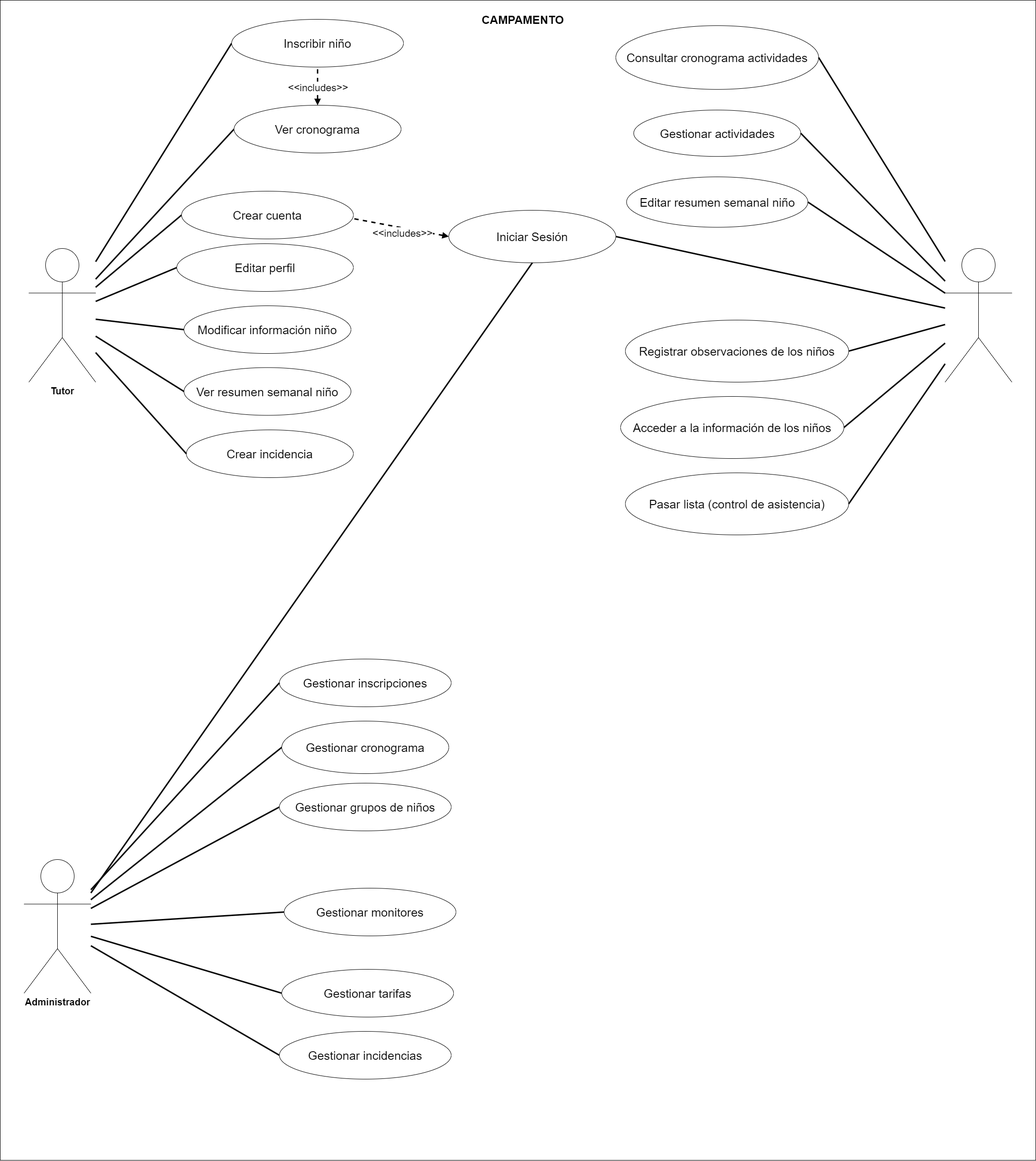
Before: docs/diagramaCasosUso.png, a diagram exported from draw.io (manuelgomeznavarro/CampamentoPirata). Source tidied: cells renumbered, new cells last; positions are measured from the earlier drawing's top-left corner, leaving out a move shared by most shapes.
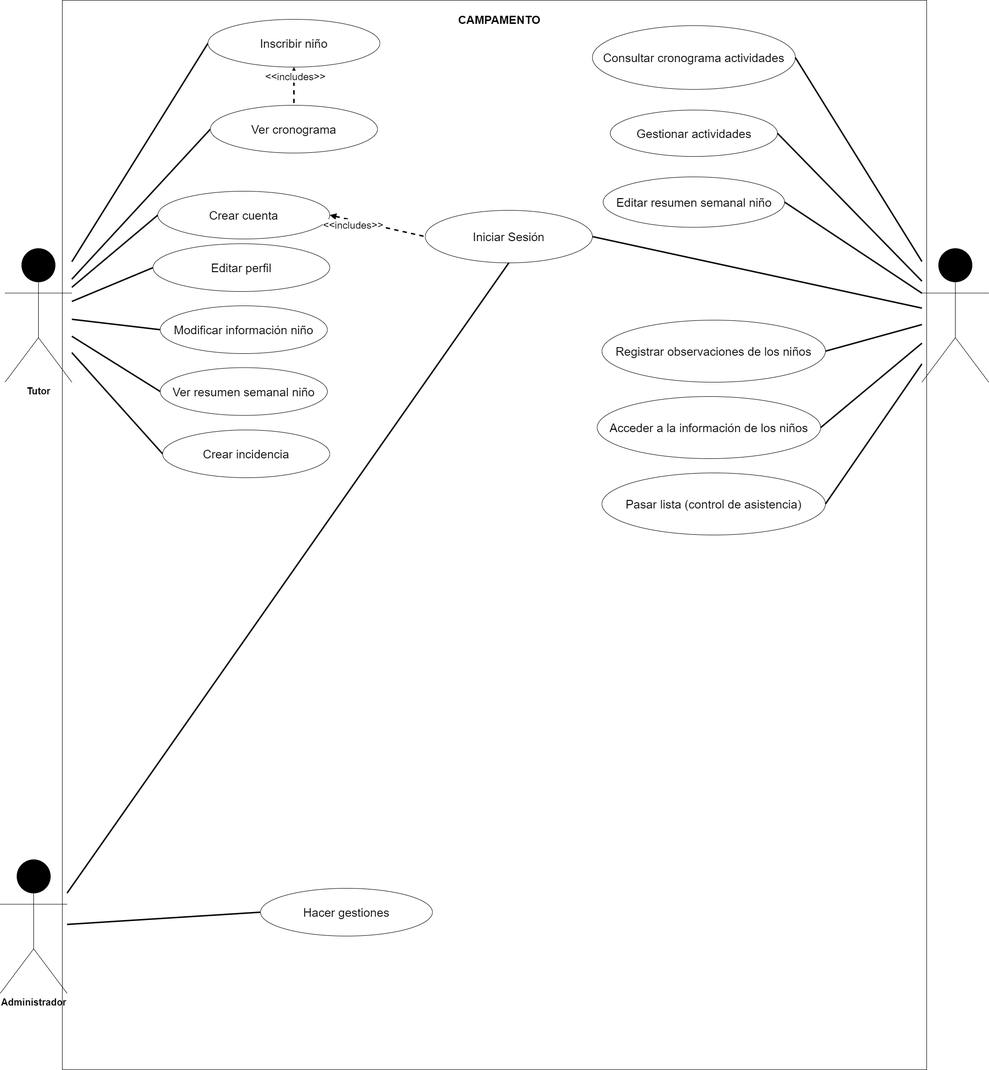
After the commit.

Commit message:
Actualización memoria segunda entrega

Change to the diagram source:
```diff
@@ -3,7 +3,7 @@
     <mxCell id="0" />
     <mxCell id="1" parent="0" />
     <mxCell id="2" style="whiteSpace=wrap;html=1;" parent="1" vertex="1">
-      <mxGeometry width="2170" height="2430" as="geometry" />
+      <mxGeometry x="180" width="1810" height="2240" as="geometry" />
     </mxCell>
     <mxCell id="3" style="edgeStyle=none;shape=connector;rounded=1;html=1;entryX=0;entryY=0.5;entryDx=0;entryDy=0;labelBackgroundColor=default;strokeColor=default;strokeWidth=3;fontFamily=Helvetica;fontSize=20;fontColor=default;startArrow=none;startFill=0;endArrow=none;endFill=0;" parent="1" edge="1" source="5" target="14">
       <mxGeometry relative="1" as="geometry" />
@@ -11,13 +11,13 @@
     <mxCell id="4" style="edgeStyle=none;html=1;entryX=0;entryY=0.5;entryDx=0;entryDy=0;endArrow=none;fontSize=20;strokeWidth=3;startArrow=none;startFill=0;endFill=0;" parent="1" edge="1" source="5" target="6">
       <mxGeometry relative="1" as="geometry" />
     </mxCell>
-    <mxCell id="5" value="&lt;font style=&quot;font-size: 20px;&quot;&gt;&lt;b&gt;Tutor&lt;/b&gt;&lt;/font&gt;" style="shape=umlActor;verticalLabelPosition=bottom;verticalAlign=top;html=1;outlineConnect=0;fillColor=#FFFFFF;" parent="1" vertex="1">
+    <mxCell id="5" value="&lt;font style=&quot;font-size: 20px;&quot;&gt;&lt;b&gt;Tutor&lt;/b&gt;&lt;/font&gt;" style="shape=umlActor;verticalLabelPosition=bottom;verticalAlign=top;html=1;outlineConnect=0;fillColor=#000000;strokeColor=#000000;" parent="1" vertex="1">
       <mxGeometry x="60" y="520" width="140" height="280" as="geometry" />
     </mxCell>
     <mxCell id="6" value="&lt;font style=&quot;font-size: 25px;&quot;&gt;Crear cuenta&lt;/font&gt;" style="ellipse;whiteSpace=wrap;html=1;fontSize=25;" parent="1" vertex="1">
       <mxGeometry x="380" y="400" width="360" height="100" as="geometry" />
     </mxCell>
-    <mxCell id="7" style="edgeStyle=none;shape=connector;rounded=1;html=1;entryX=1.005;entryY=0.578;entryDx=0;entryDy=0;labelBackgroundColor=default;strokeColor=default;strokeWidth=3;fontFamily=Helvetica;fontSize=11;fontColor=default;endArrow=none;endFill=0;dashed=1;startArrow=block;startFill=1;entryPerimeter=0;exitX=0;exitY=0.5;exitDx=0;exitDy=0;" parent="1" edge="1" source="9" target="6">
+    <mxCell id="7" style="edgeStyle=none;shape=connector;rounded=1;html=1;entryX=0;entryY=0.5;entryDx=0;entryDy=0;labelBackgroundColor=default;strokeColor=default;strokeWidth=3;fontFamily=Helvetica;fontSize=11;fontColor=default;endArrow=none;endFill=0;dashed=1;startArrow=block;startFill=1;exitX=1;exitY=0.5;exitDx=0;exitDy=0;" parent="1" edge="1" source="6" target="9">
       <mxGeometry relative="1" as="geometry" />
     </mxCell>
     <mxCell id="8" value="&lt;font style=&quot;font-size: 21px;&quot;&gt;&amp;lt;&amp;lt;includes&amp;gt;&amp;gt;&lt;/font&gt;" style="edgeLabel;html=1;align=center;verticalAlign=middle;fontSize=17;" parent="7" vertex="1">
@@ -58,7 +58,7 @@
     <mxCell id="19" style="edgeStyle=none;shape=connector;rounded=1;html=1;entryX=0;entryY=0.5;entryDx=0;entryDy=0;labelBackgroundColor=default;strokeColor=default;strokeWidth=3;fontFamily=Helvetica;fontSize=20;fontColor=default;startArrow=none;startFill=0;endArrow=none;endFill=0;" parent="1" edge="1" source="5" target="18">
       <mxGeometry relative="1" as="geometry" />
     </mxCell>
-    <mxCell id="20" value="&lt;font color=&quot;#ffffff&quot; style=&quot;font-size: 20px;&quot;&gt;&lt;b&gt;Monitor&lt;/b&gt;&lt;/font&gt;" style="shape=umlActor;verticalLabelPosition=bottom;verticalAlign=top;html=1;outlineConnect=0;fillColor=#FFFFFF;" parent="1" vertex="1">
+    <mxCell id="20" value="&lt;font color=&quot;#ffffff&quot; style=&quot;font-size: 20px;&quot;&gt;&lt;b&gt;Monitor&lt;/b&gt;&lt;/font&gt;" style="shape=umlActor;verticalLabelPosition=bottom;verticalAlign=top;html=1;outlineConnect=0;fillColor=#000000;strokeColor=#000000;" parent="1" vertex="1">
       <mxGeometry x="1980" y="520" width="140" height="280" as="geometry" />
     </mxCell>
     <mxCell id="21" value="&lt;font style=&quot;font-size: 25px;&quot;&gt;Consultar cronograma actividades&lt;/font&gt;" style="ellipse;whiteSpace=wrap;html=1;fontSize=25;" parent="1" vertex="1">
@@ -97,46 +97,16 @@
     <mxCell id="32" style="edgeStyle=none;html=1;strokeWidth=3;endArrow=none;endFill=0;entryX=1;entryY=0.5;entryDx=0;entryDy=0;" parent="1" edge="1" source="20" target="31">
       <mxGeometry relative="1" as="geometry" />
     </mxCell>
-    <mxCell id="33" value="&lt;font style=&quot;font-size: 20px;&quot;&gt;&lt;b&gt;Administrador&lt;/b&gt;&lt;/font&gt;" style="shape=umlActor;verticalLabelPosition=bottom;verticalAlign=top;html=1;outlineConnect=0;fillColor=#FFFFFF;" parent="1" vertex="1">
+    <mxCell id="33" value="&lt;font style=&quot;font-size: 20px;&quot;&gt;&lt;b&gt;Administrador&lt;/b&gt;&lt;/font&gt;" style="shape=umlActor;verticalLabelPosition=bottom;verticalAlign=top;html=1;outlineConnect=0;fillColor=#000000;strokeColor=#000000;" parent="1" vertex="1">
       <mxGeometry x="50" y="1800" width="140" height="280" as="geometry" />
     </mxCell>
-    <mxCell id="34" value="&lt;font style=&quot;font-size: 25px;&quot;&gt;Gestionar inscripciones&lt;/font&gt;" style="ellipse;whiteSpace=wrap;html=1;fontSize=25;" parent="1" vertex="1">
-      <mxGeometry x="585" y="1380" width="360" height="100" as="geometry" />
-    </mxCell>
-    <mxCell id="35" style="edgeStyle=none;shape=connector;rounded=1;html=1;labelBackgroundColor=default;strokeColor=default;strokeWidth=3;fontFamily=Helvetica;fontSize=11;fontColor=default;endArrow=none;endFill=0;exitX=0;exitY=0.5;exitDx=0;exitDy=0;" parent="1" edge="1" source="36" target="33">
-      <mxGeometry relative="1" as="geometry" />
-    </mxCell>
-    <mxCell id="36" value="&lt;font style=&quot;font-size: 25px;&quot;&gt;Gestionar cronograma&lt;/font&gt;" style="ellipse;whiteSpace=wrap;html=1;fontSize=25;" parent="1" vertex="1">
-      <mxGeometry x="590" y="1510" width="350" height="110" as="geometry" />
-    </mxCell>
-    <mxCell id="37" style="edgeStyle=none;shape=connector;rounded=1;html=1;labelBackgroundColor=default;strokeColor=default;strokeWidth=3;fontFamily=Helvetica;fontSize=11;fontColor=default;endArrow=none;endFill=0;exitX=0;exitY=0.5;exitDx=0;exitDy=0;" parent="1" edge="1" source="38" target="33">
-      <mxGeometry relative="1" as="geometry" />
-    </mxCell>
-    <mxCell id="38" value="Gestionar grupos de niños" style="ellipse;whiteSpace=wrap;html=1;fontSize=25;" parent="1" vertex="1">
-      <mxGeometry x="585" y="1640" width="360" height="100" as="geometry" />
-    </mxCell>
-    <mxCell id="39" style="edgeStyle=none;html=1;exitX=0;exitY=0.5;exitDx=0;exitDy=0;strokeWidth=3;endArrow=none;endFill=0;" parent="1" edge="1" source="34" target="33">
-      <mxGeometry relative="1" as="geometry" />
-    </mxCell>
     <mxCell id="40" style="edgeStyle=none;shape=connector;rounded=1;html=1;labelBackgroundColor=default;strokeColor=default;strokeWidth=3;fontFamily=Helvetica;fontSize=11;fontColor=default;endArrow=none;endFill=0;exitX=0;exitY=0.5;exitDx=0;exitDy=0;" parent="1" edge="1" source="41" target="33">
       <mxGeometry relative="1" as="geometry" />
     </mxCell>
-    <mxCell id="41" value="Gestionar monitores" style="ellipse;whiteSpace=wrap;html=1;fontSize=25;" parent="1" vertex="1">
+    <mxCell id="41" value="Hacer gestiones" style="ellipse;whiteSpace=wrap;html=1;fontSize=25;" parent="1" vertex="1">
       <mxGeometry x="595" y="1860" width="360" height="100" as="geometry" />
     </mxCell>
-    <mxCell id="42" style="edgeStyle=none;shape=connector;rounded=1;html=1;labelBackgroundColor=default;strokeColor=default;strokeWidth=3;fontFamily=Helvetica;fontSize=11;fontColor=default;endArrow=none;endFill=0;exitX=0;exitY=0.5;exitDx=0;exitDy=0;" parent="1" edge="1" source="43" target="33">
-      <mxGeometry relative="1" as="geometry" />
-    </mxCell>
-    <mxCell id="43" value="Gestionar tarifas" style="ellipse;whiteSpace=wrap;html=1;fontSize=25;" parent="1" vertex="1">
-      <mxGeometry x="590" y="2030" width="360" height="100" as="geometry" />
-    </mxCell>
-    <mxCell id="44" style="edgeStyle=none;shape=connector;rounded=1;html=1;labelBackgroundColor=default;strokeColor=default;strokeWidth=3;fontFamily=Helvetica;fontSize=11;fontColor=default;endArrow=none;endFill=0;exitX=0;exitY=0.5;exitDx=0;exitDy=0;" parent="1" edge="1" source="45" target="33">
-      <mxGeometry relative="1" as="geometry" />
-    </mxCell>
-    <mxCell id="45" value="Gestionar incidencias" style="ellipse;whiteSpace=wrap;html=1;fontSize=25;" parent="1" vertex="1">
-      <mxGeometry x="585" y="2160" width="360" height="100" as="geometry" />
-    </mxCell>
-    <mxCell id="46" style="edgeStyle=none;shape=connector;rounded=1;html=1;entryX=0.5;entryY=1;entryDx=0;entryDy=0;labelBackgroundColor=default;strokeColor=default;strokeWidth=3;fontFamily=Helvetica;fontSize=11;fontColor=default;endArrow=none;endFill=0;dashed=1;startArrow=block;startFill=1;exitX=0.5;exitY=0;exitDx=0;exitDy=0;" parent="1" edge="1" source="14" target="11">
+    <mxCell id="46" style="edgeStyle=none;shape=connector;rounded=1;html=1;entryX=0.5;entryY=0;entryDx=0;entryDy=0;labelBackgroundColor=default;strokeColor=default;strokeWidth=3;fontFamily=Helvetica;fontSize=11;fontColor=default;endArrow=none;endFill=0;dashed=1;startArrow=block;startFill=1;exitX=0.5;exitY=1;exitDx=0;exitDy=0;" parent="1" edge="1" source="11" target="14">
       <mxGeometry relative="1" as="geometry" />
     </mxCell>
     <mxCell id="47" value="&lt;font style=&quot;font-size: 21px;&quot;&gt;&amp;lt;&amp;lt;includes&amp;gt;&amp;gt;&lt;/font&gt;" style="edgeLabel;html=1;align=center;verticalAlign=middle;fontSize=17;" parent="46" vertex="1">
```
